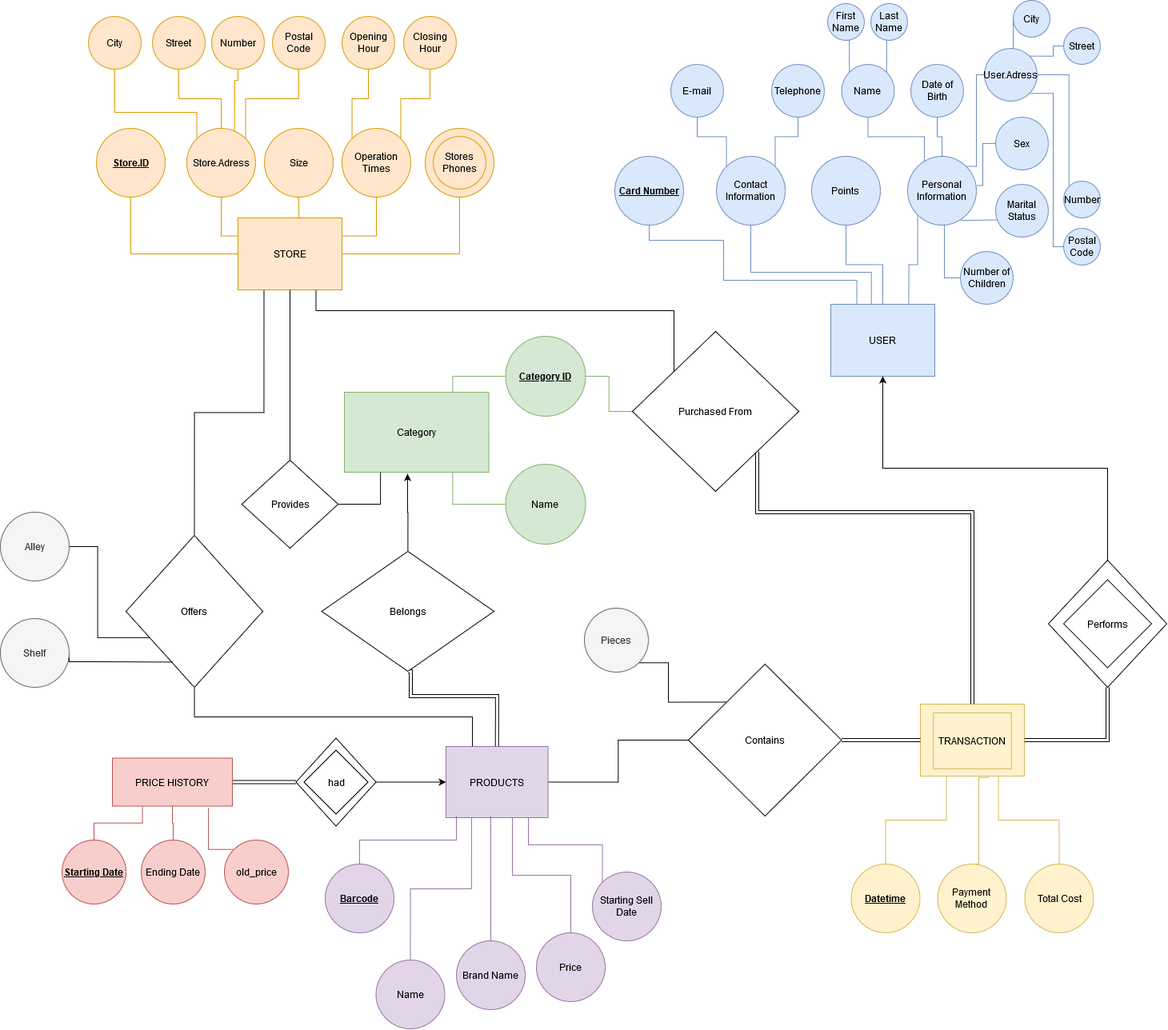
Before: ER/ERdbfinal.png, a diagram exported from draw.io (Milwaukee-Bugs-NTUA/DataBasics). Source tidied: cells renumbered, new cells last; positions are measured from the earlier drawing's top-left corner, leaving out a move shared by most shapes.
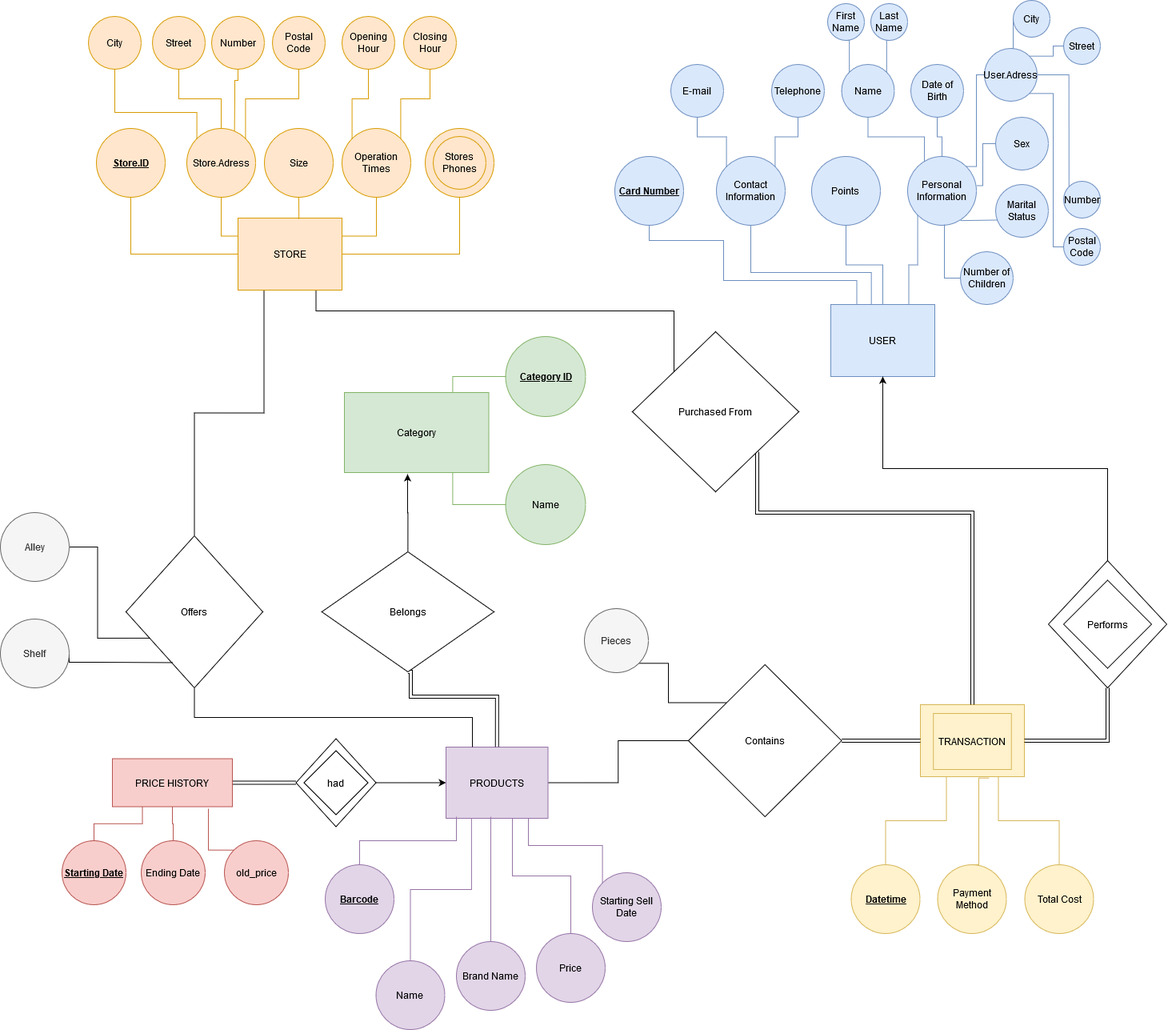
After the commit.

Commit message:
completed er folder

The edit, as a diff of the source:
```diff
@@ -442,9 +442,6 @@
     <mxCell id="117" style="edgeStyle=orthogonalEdgeStyle;rounded=0;jettySize=auto;html=1;exitX=0;exitY=0.5;exitDx=0;exitDy=0;entryX=0.75;entryY=0;entryDx=0;entryDy=0;startArrow=none;startFill=0;endArrow=none;endFill=0;fillColor=#d5e8d4;strokeColor=#82b366;" parent="1" edge="1" source="119" target="114">
       <mxGeometry relative="1" as="geometry" />
     </mxCell>
-    <mxCell id="118" style="edgeStyle=orthogonalEdgeStyle;rounded=0;jettySize=auto;html=1;startArrow=none;startFill=0;endArrow=none;endFill=0;fillColor=#d5e8d4;strokeColor=#82b366;" parent="1" edge="1" source="119" target="127">
-      <mxGeometry relative="1" as="geometry" />
-    </mxCell>
     <mxCell id="119" value="&lt;u&gt;&lt;b&gt;Category ID&lt;/b&gt;&lt;/u&gt;" style="ellipse;whiteSpace=wrap;html=1;fillColor=#d5e8d4;strokeColor=#82b366;" parent="1" vertex="1">
       <mxGeometry x="631.5" y="420" width="100" height="100" as="geometry" />
     </mxCell>
@@ -464,15 +461,6 @@
     <mxCell id="122" value="Belongs" style="rhombus;whiteSpace=wrap;html=1;" parent="1" vertex="1">
       <mxGeometry x="401.8" y="689" width="215.2" height="150" as="geometry" />
     </mxCell>
-    <mxCell id="123" style="edgeStyle=orthogonalEdgeStyle;rounded=0;jettySize=auto;html=1;exitX=0.5;exitY=0;exitDx=0;exitDy=0;entryX=0.5;entryY=1;entryDx=0;entryDy=0;startArrow=none;startFill=0;endArrow=none;endFill=0;" parent="1" edge="1" source="125" target="6">
-      <mxGeometry relative="1" as="geometry" />
-    </mxCell>
-    <mxCell id="124" style="edgeStyle=orthogonalEdgeStyle;rounded=0;jettySize=auto;html=1;exitX=1;exitY=0.5;exitDx=0;exitDy=0;entryX=0.25;entryY=1;entryDx=0;entryDy=0;startArrow=none;startFill=0;endArrow=none;endFill=0;" parent="1" edge="1" source="125" target="114">
-      <mxGeometry relative="1" as="geometry" />
-    </mxCell>
-    <mxCell id="125" value="Provides" style="rhombus;whiteSpace=wrap;html=1;" parent="1" vertex="1">
-      <mxGeometry x="301.8" y="575" width="120.5" height="110" as="geometry" />
-    </mxCell>
     <mxCell id="126" style="edgeStyle=orthogonalEdgeStyle;rounded=0;jettySize=auto;html=1;exitX=1;exitY=1;exitDx=0;exitDy=0;entryX=0.5;entryY=0;entryDx=0;entryDy=0;startArrow=none;startFill=0;endArrow=none;endFill=0;shape=link;" parent="1" edge="1" source="127" target="55">
       <mxGeometry relative="1" as="geometry">
         <Array as="points">
```
